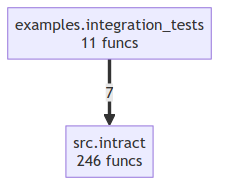
This is project/compact_flow.png from semcod/intract, a Mermaid export, as it was before one commit. Its source is kept beside it as project/compact_flow.mmd.
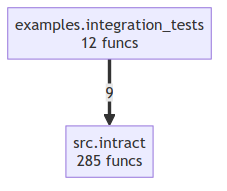
The same file after the commit.

Diff of the diagram source:
```diff
@@ -1,4 +1,4 @@
 flowchart TD
-    examples__integration_tests["examples.integration_tests<br/>11 funcs"]
-    src__intract["src.intract<br/>246 funcs"]
-    examples__integration_tests ==>|7| src__intract
+    examples__integration_tests["examples.integration_tests<br/>12 funcs"]
+    src__intract["src.intract<br/>285 funcs"]
+    examples__integration_tests ==>|9| src__intract
```
